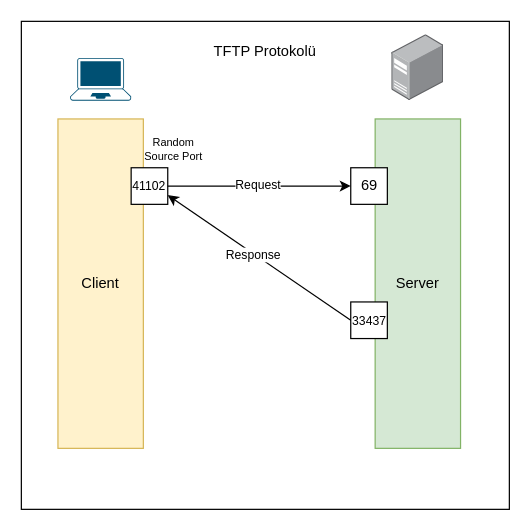
Earlier version of the draw.io diagram page "TFTP" (1 of 2) of diagrams/tftp.drawio (caltuntas/caltuntas.github.io). Source tidied: cells renumbered, new cells numbered last; positions are measured from the earlier drawing's top-left corner, leaving out a move shared by most shapes. Both pictures are drawn from the tidied source at 122%, with x=0, y=0 at pixel (21, 21).
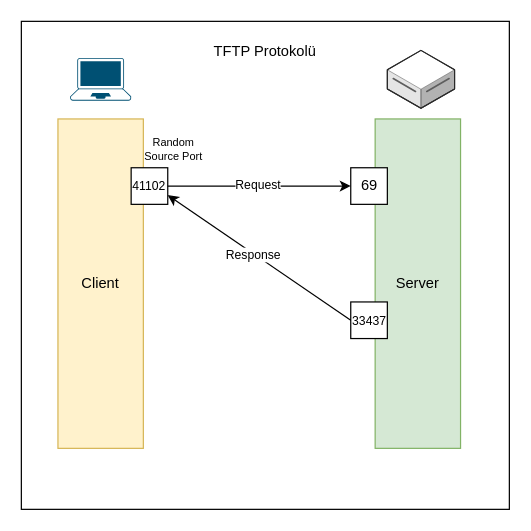
After the change.

Diff of the diagram source:
```diff
@@
 <mxGraphModel>
   <root>
     <mxCell id="0" />
     <mxCell id="1" parent="0" />
     <mxCell id="2" style="whiteSpace=wrap;html=1;fontSize=12;" parent="1" vertex="1">
       <mxGeometry width="400" height="400" as="geometry" />
     </mxCell>
     <mxCell id="3" value="Client" style="rounded=0;whiteSpace=wrap;html=1;fillColor=#fff2cc;strokeColor=#d6b656;" parent="1" vertex="1">
       <mxGeometry x="30" y="80" width="70" height="270" as="geometry" />
     </mxCell>
     <mxCell id="4" value="Server" style="rounded=0;whiteSpace=wrap;html=1;fillColor=#d5e8d4;strokeColor=#82b366;" parent="1" vertex="1">
       <mxGeometry x="290" y="80" width="70" height="270" as="geometry" />
     </mxCell>
-    <mxCell id="5" style="html=1;align=center;shadow=0;dashed=0;image;image=img/lib/allied_telesis/computer_and_terminals/Server_Desktop.svg;" parent="1" vertex="1">
-      <mxGeometry x="303.7" y="11" width="42.6" height="54" as="geometry" />
-    </mxCell>
     <mxCell id="6" value="Random Source Port" style="text;html=1;strokeColor=none;fillColor=none;align=center;verticalAlign=middle;whiteSpace=wrap;rounded=0;fontSize=9;" parent="1" vertex="1">
       <mxGeometry x="95" y="90" width="60" height="30" as="geometry" />
     </mxCell>
     <mxCell id="7" value="41102" style="whiteSpace=wrap;html=1;fontSize=10;" parent="1" vertex="1">
       <mxGeometry x="90" y="120" width="30" height="30" as="geometry" />
     </mxCell>
     <mxCell id="8" value="69" style="html=1;rounded=0;" parent="1" vertex="1">
       <mxGeometry x="270" y="120" width="30" height="30" as="geometry" />
     </mxCell>
     <mxCell id="9" style="endArrow=classic;html=1;rounded=0;fontSize=9;exitX=1;exitY=0.5;exitDx=0;exitDy=0;entryX=0;entryY=0.5;entryDx=0;entryDy=0;" parent="1" edge="1" source="7" target="8">
       <mxGeometry relative="1" as="geometry" />
     </mxCell>
     <mxCell id="10" value="Request" style="edgeLabel;html=1;align=center;verticalAlign=middle;fontSize=10;" parent="9" vertex="1">
       <mxGeometry x="-0.03" y="2" relative="1" as="geometry" />
     </mxCell>
     <mxCell id="11" value="33437" style="html=1;rounded=0;fontSize=10;" parent="1" vertex="1">
       <mxGeometry x="270" y="230" width="30" height="30" as="geometry" />
     </mxCell>
     <mxCell id="12" style="endArrow=classic;html=1;rounded=0;fontSize=10;exitX=0;exitY=0.5;exitDx=0;exitDy=0;entryX=1;entryY=0.75;entryDx=0;entryDy=0;" parent="1" edge="1" source="11" target="7">
       <mxGeometry relative="1" as="geometry" />
     </mxCell>
     <mxCell id="13" value="Response" style="edgeLabel;html=1;align=center;verticalAlign=middle;fontSize=10;" parent="12" vertex="1">
       <mxGeometry x="-0.22" y="-1" relative="1" as="geometry">
         <mxPoint x="-22" y="-14" as="offset" />
       </mxGeometry>
     </mxCell>
     <mxCell id="14" style="verticalLabelPosition=bottom;sketch=0;html=1;verticalAlign=top;align=center;shape=mxgraph.cisco19.laptop;fillColor=#005073;strokeColor=none;fontSize=12;" parent="1" vertex="1">
       <mxGeometry x="40" y="30" width="50" height="35" as="geometry" />
     </mxCell>
     <mxCell id="15" value="TFTP Protokolü" style="text;html=1;strokeColor=none;fillColor=none;align=center;verticalAlign=middle;whiteSpace=wrap;rounded=0;fontSize=12;" parent="1" vertex="1">
       <mxGeometry x="140" y="10" width="120" height="30" as="geometry" />
     </mxCell>
+    <mxCell id="16" style="verticalLabelPosition=bottom;html=1;verticalAlign=top;strokeWidth=1;align=center;dashed=0;shape=mxgraph.aws3d.dataServer;strokeColor=#5E5E5E;fontSize=12;" parent="1" vertex="1">
+      <mxGeometry x="300" y="23.8" width="55.1" height="47.5" as="geometry" />
+    </mxCell>
   </root>
 </mxGraphModel>
```
